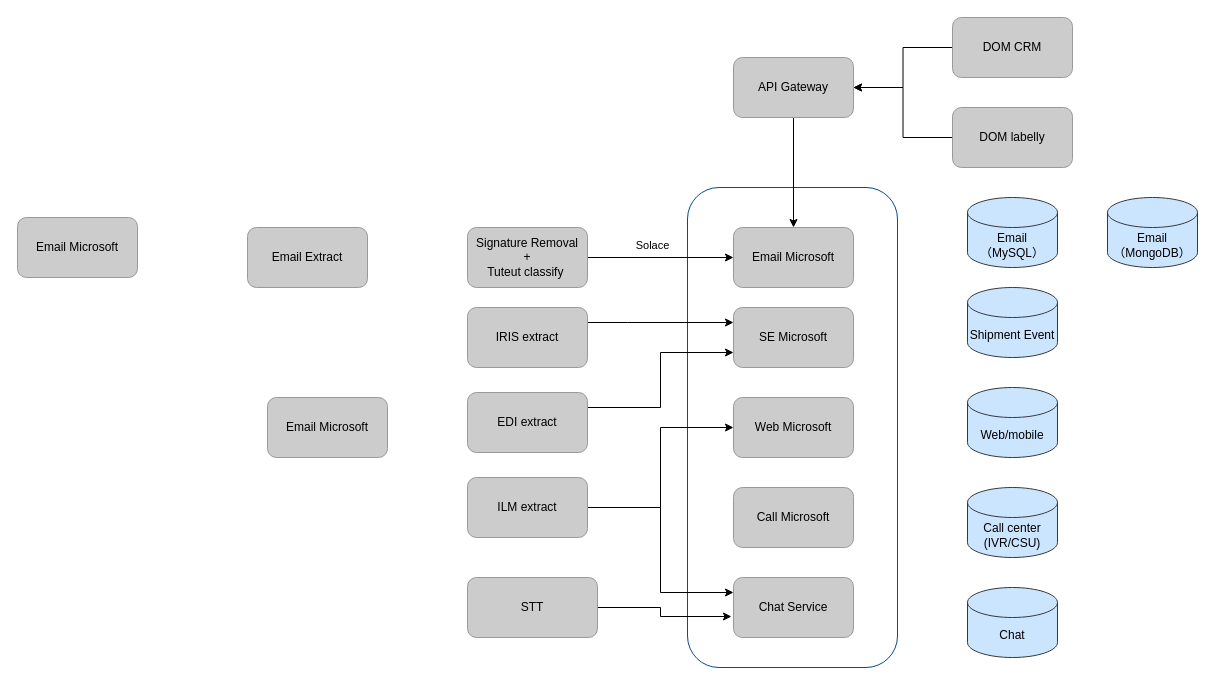
The draw.io diagram Untitled Diagram.drawio in Leewansze/blog, before the edit. Source tidied: cells renumbered, new cells numbered last; positions are measured from the earlier drawing's top-left corner, leaving out a move shared by most shapes. Both pictures are drawn from the tidied source at 100%, with x=0, y=0 at pixel (17, 17).
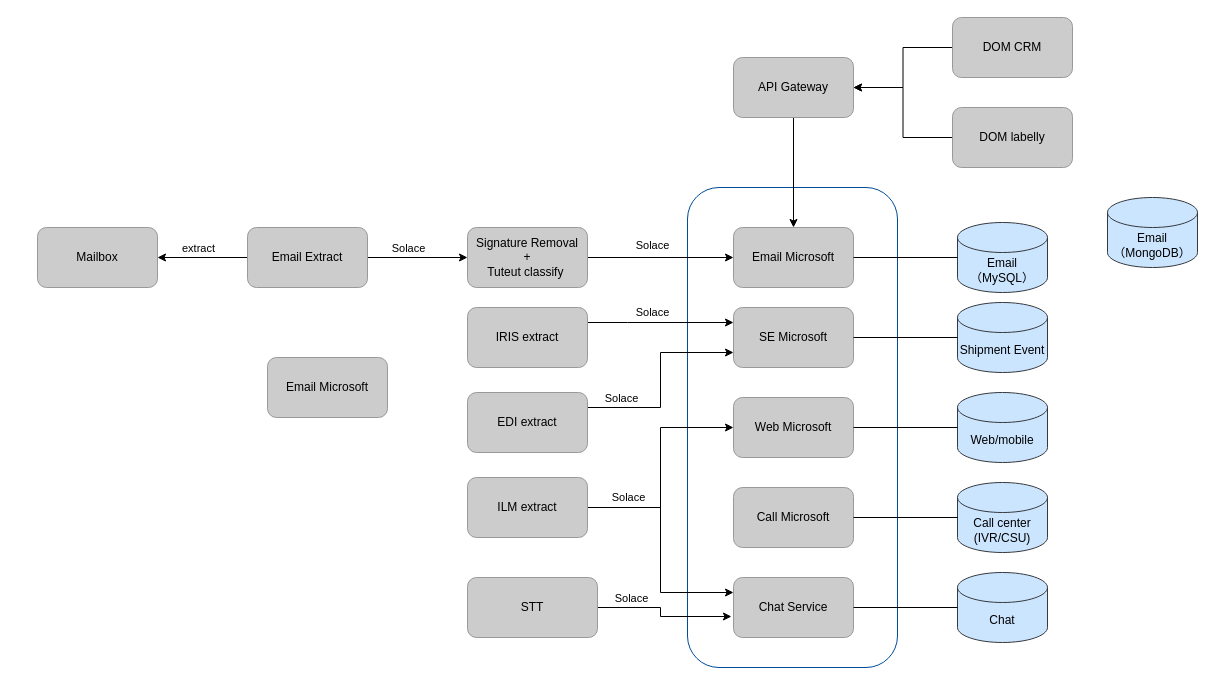
Above is the later version.

The change refers to these unchanged cells:
```xml
<mxCell id="16" value="Signature Removal&lt;br&gt;+&lt;br&gt;Tuteut classify&amp;nbsp;" style="rounded=1;whiteSpace=wrap;html=1;strokeColor=#999999;fillColor=#CCCCCC;" parent="1" vertex="1">
  <mxGeometry x="450" y="210" width="120" height="60" as="geometry" />
</mxCell>
<mxCell id="17" value="Email Extract" style="rounded=1;whiteSpace=wrap;html=1;strokeColor=#999999;fillColor=#CCCCCC;" parent="1" vertex="1">
  <mxGeometry x="230" y="210" width="120" height="60" as="geometry" />
</mxCell>
<mxCell id="19" style="edgeStyle=orthogonalEdgeStyle;rounded=0;jettySize=auto;html=1;entryX=0;entryY=0.25;entryDx=0;entryDy=0;" parent="1" edge="1" source="20" target="4">
  <mxGeometry relative="1" as="geometry">
    <Array as="points">
      <mxPoint x="610" y="305" />
      <mxPoint x="610" y="305" />
    </Array>
  </mxGeometry>
</mxCell>
<mxCell id="21" style="edgeStyle=orthogonalEdgeStyle;rounded=0;jettySize=auto;html=1;entryX=0;entryY=0.75;entryDx=0;entryDy=0;" parent="1" edge="1" source="22" target="4">
  <mxGeometry relative="1" as="geometry">
    <Array as="points">
      <mxPoint x="643" y="390" />
      <mxPoint x="643" y="335" />
    </Array>
  </mxGeometry>
</mxCell>
<mxCell id="24" style="edgeStyle=orthogonalEdgeStyle;rounded=0;jettySize=auto;html=1;entryX=0;entryY=0.25;entryDx=0;entryDy=0;" parent="1" edge="1" source="25" target="7">
  <mxGeometry relative="1" as="geometry" />
</mxCell>
<mxCell id="27" style="edgeStyle=orthogonalEdgeStyle;rounded=0;jettySize=auto;html=1;entryX=-0.017;entryY=0.65;entryDx=0;entryDy=0;entryPerimeter=0;exitX=1;exitY=0.5;exitDx=0;exitDy=0;" parent="1" edge="1" source="28" target="7">
  <mxGeometry relative="1" as="geometry">
    <Array as="points">
      <mxPoint x="570" y="590" />
      <mxPoint x="643" y="590" />
      <mxPoint x="643" y="599" />
    </Array>
  </mxGeometry>
</mxCell>
```

The edit, as a diff of the source:
```diff
@@
     <mxCell id="8" value="Call center &lt;br&gt;(IVR/CSU)" style="shape=cylinder3;whiteSpace=wrap;html=1;boundedLbl=1;backgroundOutline=1;size=15;strokeColor=#36393d;fillColor=#cce5ff;" parent="1" vertex="1">
-      <mxGeometry x="950" y="470" width="90" height="70" as="geometry" />
+      <mxGeometry x="940" y="465" width="90" height="70" as="geometry" />
     </mxCell>
     <mxCell id="9" value="Web/mobile" style="shape=cylinder3;whiteSpace=wrap;html=1;boundedLbl=1;backgroundOutline=1;size=15;strokeColor=#36393d;fillColor=#cce5ff;" parent="1" vertex="1">
-      <mxGeometry x="950" y="370" width="90" height="70" as="geometry" />
+      <mxGeometry x="940" y="375" width="90" height="70" as="geometry" />
     </mxCell>
     <mxCell id="10" value="Email&lt;br&gt;（MySQL）" style="shape=cylinder3;whiteSpace=wrap;html=1;boundedLbl=1;backgroundOutline=1;size=15;strokeColor=#36393d;fillColor=#cce5ff;" parent="1" vertex="1">
-      <mxGeometry x="950" y="180" width="90" height="70" as="geometry" />
+      <mxGeometry x="940" y="205" width="90" height="70" as="geometry" />
     </mxCell>
     <mxCell id="11" value="Shipment Event" style="shape=cylinder3;whiteSpace=wrap;html=1;boundedLbl=1;backgroundOutline=1;size=15;strokeColor=#36393d;fillColor=#cce5ff;" parent="1" vertex="1">
-      <mxGeometry x="950" y="270" width="90" height="70" as="geometry" />
+      <mxGeometry x="940" y="285" width="90" height="70" as="geometry" />
     </mxCell>
@@
     <mxCell id="13" value="Chat" style="shape=cylinder3;whiteSpace=wrap;html=1;boundedLbl=1;backgroundOutline=1;size=15;strokeColor=#36393d;fillColor=#cce5ff;" parent="1" vertex="1">
-      <mxGeometry x="950" y="570" width="90" height="70" as="geometry" />
+      <mxGeometry x="940" y="555" width="90" height="70" as="geometry" />
     </mxCell>
@@
+    <mxCell id="35" style="edgeStyle=orthogonalEdgeStyle;rounded=0;jettySize=auto;html=1;entryX=0;entryY=0.5;entryDx=0;entryDy=0;" parent="1" edge="1" source="17" target="16">
+      <mxGeometry relative="1" as="geometry" />
+    </mxCell>
+    <mxCell id="36" value="Solace" style="edgeLabel;html=1;align=center;verticalAlign=middle;" parent="35" vertex="1">
+      <mxGeometry x="-0.2" y="-2" relative="1" as="geometry">
+        <mxPoint y="-12" as="offset" />
+      </mxGeometry>
+    </mxCell>
+    <mxCell id="37" style="edgeStyle=orthogonalEdgeStyle;rounded=0;jettySize=auto;html=1;entryX=1;entryY=0.5;entryDx=0;entryDy=0;" parent="1" edge="1" source="17" target="18">
+      <mxGeometry relative="1" as="geometry" />
+    </mxCell>
+    <mxCell id="38" value="extract" style="edgeLabel;html=1;align=center;verticalAlign=middle;" parent="37" vertex="1">
+      <mxGeometry x="0.24" y="-3" relative="1" as="geometry">
+        <mxPoint x="6" y="-7" as="offset" />
+      </mxGeometry>
+    </mxCell>
@@
-    <mxCell id="18" value="Email Microsoft" style="rounded=1;whiteSpace=wrap;html=1;strokeColor=#999999;fillColor=#CCCCCC;" parent="1" vertex="1">
-      <mxGeometry y="200" width="120" height="60" as="geometry" />
+    <mxCell id="18" value="Mailbox" style="rounded=1;whiteSpace=wrap;html=1;strokeColor=#999999;fillColor=#CCCCCC;" parent="1" vertex="1">
+      <mxGeometry x="20" y="210" width="120" height="60" as="geometry" />
     </mxCell>
@@
+    <mxCell id="39" value="Solace" style="edgeLabel;html=1;align=center;verticalAlign=middle;" parent="19" vertex="1">
+      <mxGeometry x="-0.15" y="-1" relative="1" as="geometry">
+        <mxPoint x="2" y="-12" as="offset" />
+      </mxGeometry>
+    </mxCell>
@@
+    <mxCell id="40" value="Solace" style="edgeLabel;html=1;align=center;verticalAlign=middle;" parent="21" vertex="1">
+      <mxGeometry x="-0.81" y="-2" relative="1" as="geometry">
+        <mxPoint x="14" y="-12" as="offset" />
+      </mxGeometry>
+    </mxCell>
@@
+    <mxCell id="41" value="Solace" style="edgeLabel;html=1;align=center;verticalAlign=middle;" parent="24" vertex="1">
+      <mxGeometry x="-0.59" y="1" relative="1" as="geometry">
+        <mxPoint x="-7" y="-10" as="offset" />
+      </mxGeometry>
+    </mxCell>
@@
     <mxCell id="26" value="Email Microsoft" style="rounded=1;whiteSpace=wrap;html=1;strokeColor=#999999;fillColor=#CCCCCC;" parent="1" vertex="1">
-      <mxGeometry x="250" y="380" width="120" height="60" as="geometry" />
+      <mxGeometry x="250" y="340" width="120" height="60" as="geometry" />
     </mxCell>
@@
+    <mxCell id="42" value="Solace" style="edgeLabel;html=1;align=center;verticalAlign=middle;" parent="27" vertex="1">
+      <mxGeometry x="-0.2" y="-1" relative="1" as="geometry">
+        <mxPoint x="-12" y="-11" as="offset" />
+      </mxGeometry>
+    </mxCell>
@@
+    <mxCell id="43" style="endArrow=none;html=1;entryX=0;entryY=0.5;entryDx=0;entryDy=0;entryPerimeter=0;" parent="1" edge="1" target="10">
+      <mxGeometry relative="1" as="geometry">
+        <mxPoint x="836" y="240" as="sourcePoint" />
+      </mxGeometry>
+    </mxCell>
+    <mxCell id="44" style="endArrow=none;html=1;entryX=0;entryY=0.5;entryDx=0;entryDy=0;entryPerimeter=0;" parent="1" edge="1" target="11">
+      <mxGeometry relative="1" as="geometry">
+        <mxPoint x="836" y="320" as="sourcePoint" />
+      </mxGeometry>
+    </mxCell>
+    <mxCell id="45" style="endArrow=none;html=1;entryX=0;entryY=0.5;entryDx=0;entryDy=0;entryPerimeter=0;" parent="1" edge="1" target="9">
+      <mxGeometry relative="1" as="geometry">
+        <mxPoint x="836" y="410" as="sourcePoint" />
+      </mxGeometry>
+    </mxCell>
+    <mxCell id="46" style="endArrow=none;html=1;entryX=0;entryY=0.5;entryDx=0;entryDy=0;entryPerimeter=0;" parent="1" edge="1" target="8">
+      <mxGeometry relative="1" as="geometry">
+        <mxPoint x="836" y="500" as="sourcePoint" />
+      </mxGeometry>
+    </mxCell>
+    <mxCell id="47" style="endArrow=none;html=1;entryX=0;entryY=0.5;entryDx=0;entryDy=0;entryPerimeter=0;" parent="1" edge="1" target="13">
+      <mxGeometry relative="1" as="geometry">
+        <mxPoint x="836" y="590" as="sourcePoint" />
+      </mxGeometry>
+    </mxCell>
```
